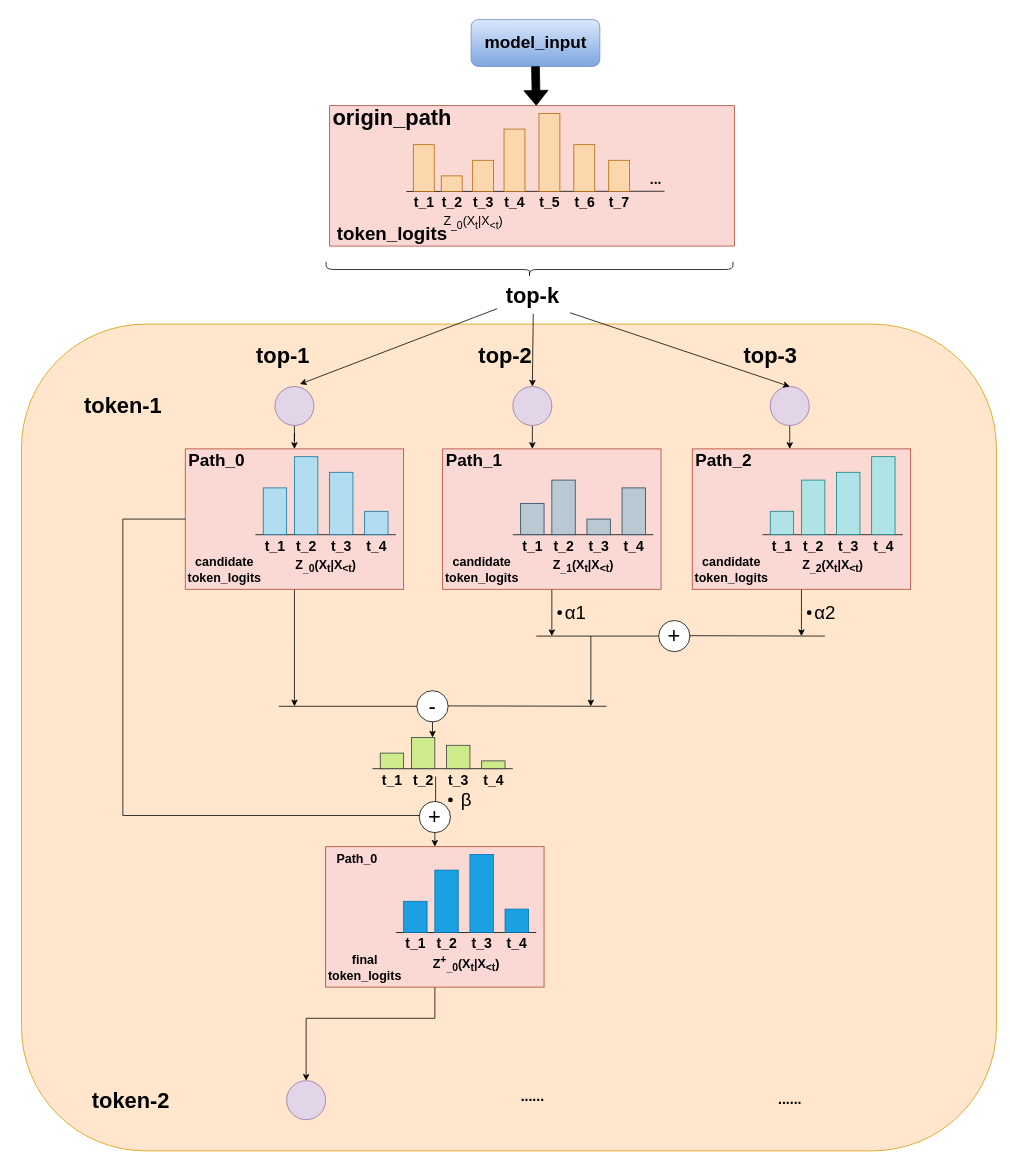
zty-king/zty-king keeps this draw.io diagram as drawio_images/MPCR.drawio. Above is the earlier version. Source tidied: cells renumbered, new cells numbered last; positions are measured from the earlier drawing's top-left corner, leaving out a move shared by most shapes. Both pictures are drawn from the tidied source at 78%, with x=0, y=0 at pixel (21, 20).
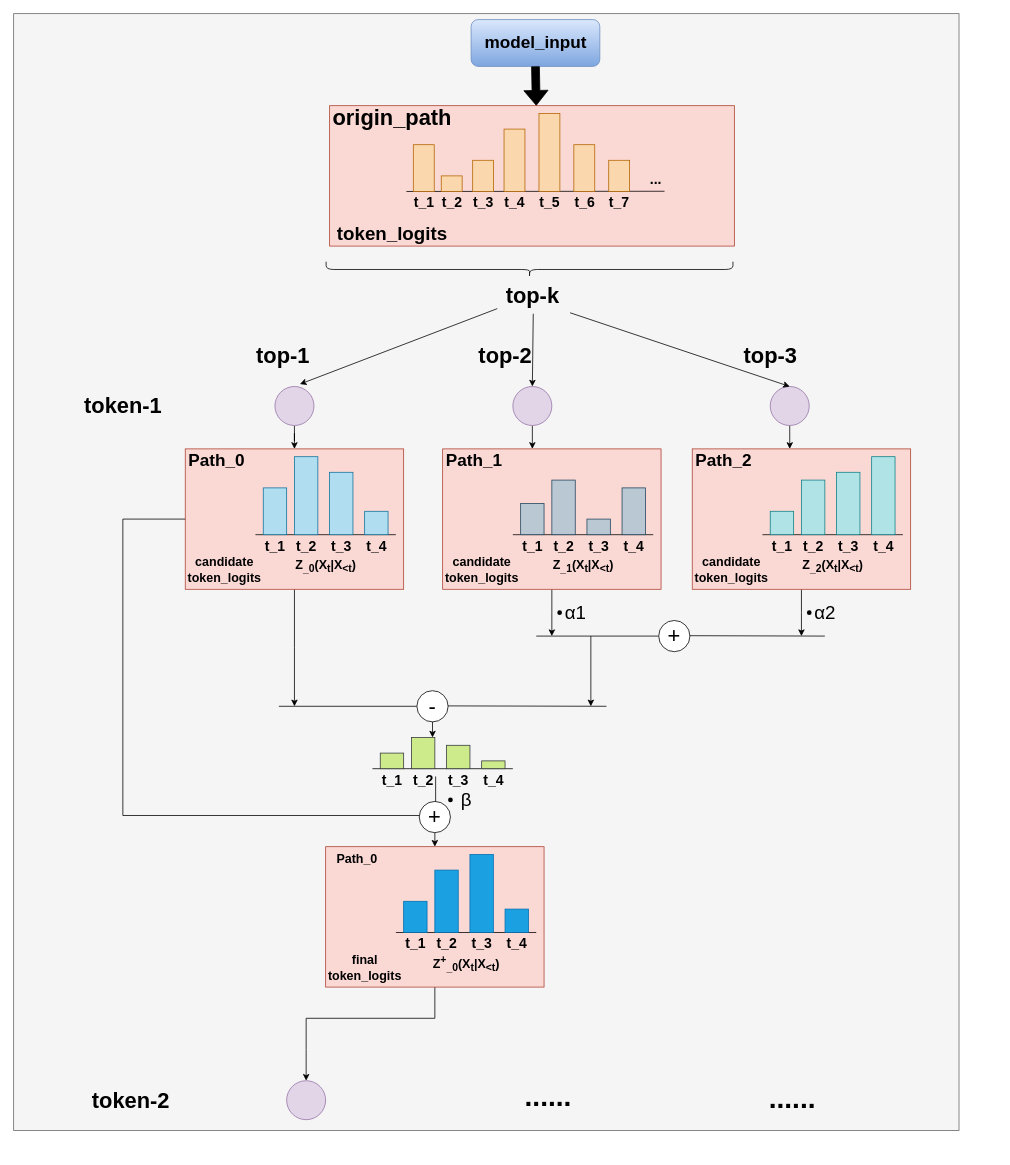
After the change.

The change refers to these unchanged cells:
```xml
<mxCell id="115" style="group;" parent="1" vertex="1">
  <mxGeometry x="404" y="110" width="510" height="190" as="geometry" />
</mxCell>
```

The edit, as a diff of the source:
```diff
@@
-    <mxCell id="2" style="rounded=1;whiteSpace=wrap;html=1;fillColor=#ffe6cc;strokeColor=#d79b00;" parent="1" vertex="1">
-      <mxGeometry y="390" width="1250" height="1060" as="geometry" />
-    </mxCell>
+    <mxCell id="143" style="rounded=0;whiteSpace=wrap;html=1;fillColor=#f5f5f5;strokeColor=#666666;fontColor=#333333;" parent="1" vertex="1">
+      <mxGeometry x="-10" y="-8" width="1212" height="1432" as="geometry" />
+    </mxCell>
@@
-    <mxCell id="117" value="&lt;font style=&quot;font-size: 16px;&quot;&gt;Z&lt;sub style=&quot;&quot;&gt;_0&lt;/sub&gt;(X&lt;sub style=&quot;&quot;&gt;t&lt;/sub&gt;|X&lt;sub style=&quot;&quot;&gt;&amp;lt;t&lt;/sub&gt;)&lt;/font&gt;" style="text;html=1;align=center;verticalAlign=middle;strokeColor=none;fillColor=none;" parent="115" vertex="1">
-      <mxGeometry x="125.3" y="130" width="100" height="40" as="geometry" />
-    </mxCell>
@@
-    <mxCell id="141" value="&lt;font&gt;......&lt;/font&gt;" style="text;html=1;align=center;verticalAlign=middle;strokeColor=none;fillColor=none;fontSize=18;fontStyle=1;" parent="1" vertex="1">
-      <mxGeometry x="630" y="1360" width="50" height="40" as="geometry" />
+    <mxCell id="141" value="&lt;font&gt;......&lt;/font&gt;" style="text;html=1;align=center;verticalAlign=middle;strokeColor=none;fillColor=none;fontSize=36;fontStyle=1;" parent="1" vertex="1">
+      <mxGeometry x="636" y="1352" width="78" height="55" as="geometry" />
     </mxCell>
-    <mxCell id="142" value="&lt;font&gt;......&lt;/font&gt;" style="text;html=1;align=center;verticalAlign=middle;strokeColor=none;fillColor=none;fontSize=18;fontStyle=1;" parent="1" vertex="1">
-      <mxGeometry x="960" y="1365" width="50" height="40" as="geometry" />
+    <mxCell id="142" value="&lt;font&gt;......&lt;/font&gt;" style="text;html=1;align=center;verticalAlign=middle;strokeColor=none;fillColor=none;fontSize=36;fontStyle=1;" parent="1" vertex="1">
+      <mxGeometry x="949" y="1355" width="78" height="55" as="geometry" />
     </mxCell>
```
